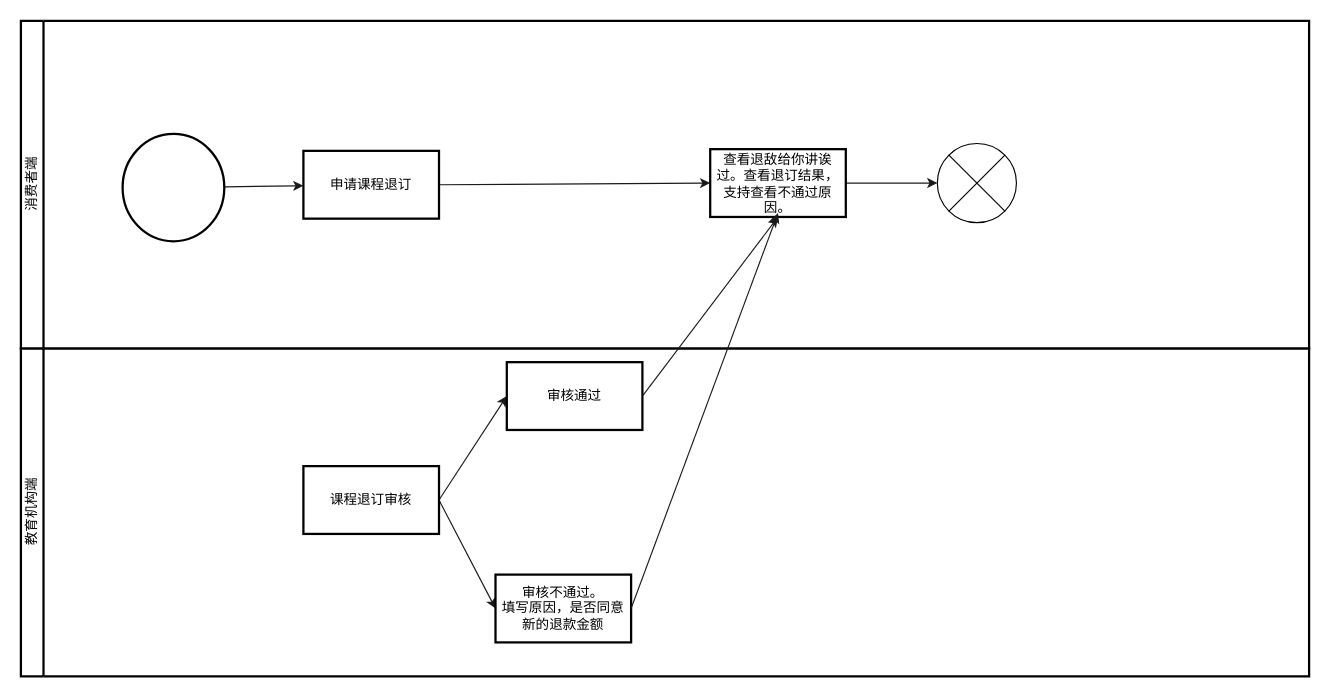
Above: page "课程退订" (3 of 4) of docs/资金监管平台流程图.drawio in cuitaocrazy/supervision (draw.io), before the change. Source tidied: cells renumbered, new cells numbered last; positions are measured from the earlier drawing's top-left corner, leaving out a move shared by most shapes. Both pictures are drawn from the tidied source at 113%, with x=0, y=0 at pixel (20, 20).
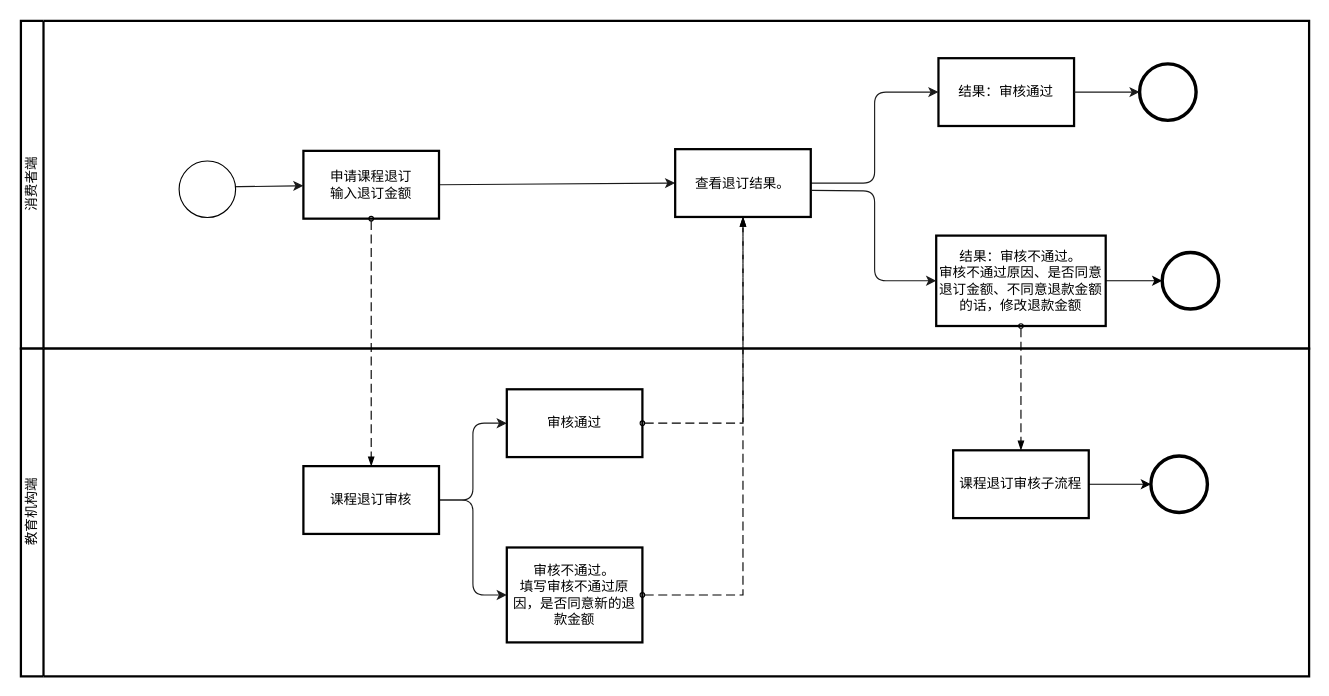
Above is the later version.

The change refers to these unchanged cells:
```xml
<mxCell id="2" value="消费者端" style="swimlane;html=1;startSize=20;fontStyle=0;horizontal=0;swimlaneLine=1;swimlaneFillColor=#ffffff;strokeWidth=2;" parent="1" vertex="1">
  <mxGeometry width="1140" height="290" as="geometry" />
</mxCell>
<mxCell id="10" value="教育机构端" style="swimlane;html=1;startSize=20;fontStyle=0;horizontal=0;swimlaneLine=1;swimlaneFillColor=#ffffff;strokeWidth=2;" parent="1" vertex="1">
  <mxGeometry y="290" width="1140" height="290" as="geometry" />
</mxCell>
<mxCell id="13" value="课程退订审核" style="whiteSpace=wrap;html=1;strokeWidth=2;" parent="10" vertex="1">
  <mxGeometry x="250" y="104" width="120" height="60" as="geometry" />
</mxCell>
```

Diff of the diagram source:
```diff
@@
-    <mxCell id="3" style="edgeStyle=none;html=1;strokeColor=#1A1A1A;" parent="2" edge="1" source="4" target="6">
-      <mxGeometry relative="1" as="geometry" />
+    <mxCell id="3" style="edgeStyle=none;html=1;strokeColor=#1A1A1A;" parent="2" edge="1" target="6">
+      <mxGeometry relative="1" as="geometry">
+        <mxPoint x="180" y="146.9" as="sourcePoint" />
+      </mxGeometry>
     </mxCell>
-    <mxCell id="4" style="strokeWidth=2;html=1;shape=mxgraph.flowchart.start_2;whiteSpace=wrap;" parent="2" vertex="1">
-      <mxGeometry x="90" y="100" width="90" height="95" as="geometry" />
-    </mxCell>
@@
-    <mxCell id="6" value="申请课程退订" style="whiteSpace=wrap;html=1;strokeWidth=2;" parent="2" vertex="1">
+    <mxCell id="6" value="申请课程退订&lt;br&gt;输入退订金额" style="whiteSpace=wrap;html=1;strokeWidth=2;" parent="2" vertex="1">
       <mxGeometry x="250" y="115" width="120" height="60" as="geometry" />
     </mxCell>
-    <mxCell id="7" style="edgeStyle=none;html=1;exitX=1;exitY=0.5;exitDx=0;exitDy=0;entryX=0;entryY=0.5;entryDx=0;entryDy=0;entryPerimeter=0;strokeColor=#1A1A1A;" parent="2" edge="1" source="8" target="9">
+    <mxCell id="7" style="edgeStyle=orthogonalEdgeStyle;html=1;exitX=1;exitY=0.5;exitDx=0;exitDy=0;entryX=0;entryY=0.5;entryDx=0;entryDy=0;strokeColor=#1A1A1A;" parent="2" edge="1" source="8" target="19">
       <mxGeometry relative="1" as="geometry" />
     </mxCell>
-    <mxCell id="8" value="查看退敌给你讲诶过。查看退订结果，支持查看不通过原因。" style="whiteSpace=wrap;html=1;strokeWidth=2;" parent="2" vertex="1">
-      <mxGeometry x="610" y="113.5" width="120" height="60" as="geometry" />
+    <mxCell id="8" value="查看退订结果。&lt;br&gt;" style="whiteSpace=wrap;html=1;strokeWidth=2;" parent="2" vertex="1">
+      <mxGeometry x="579" y="113.5" width="120" height="60" as="geometry" />
     </mxCell>
-    <mxCell id="9" style="verticalLabelPosition=bottom;verticalAlign=top;html=1;shape=mxgraph.flowchart.or;" parent="2" vertex="1">
-      <mxGeometry x="811" y="108.5" width="70" height="70" as="geometry" />
-    </mxCell>
+    <mxCell id="18" style="shape=mxgraph.bpmn.event;html=1;verticalLabelPosition=bottom;labelBackgroundColor=#ffffff;verticalAlign=top;align=center;perimeter=ellipsePerimeter;outline=standard;symbol=general;" parent="2" vertex="1">
+      <mxGeometry x="140" y="124" width="50" height="50" as="geometry" />
+    </mxCell>
+    <mxCell id="19" value="结果：审核通过" style="whiteSpace=wrap;html=1;strokeWidth=2;" parent="2" vertex="1">
+      <mxGeometry x="812" y="33" width="120" height="60" as="geometry" />
+    </mxCell>
+    <mxCell id="20" style="edgeStyle=orthogonalEdgeStyle;rounded=0;jettySize=auto;html=1;" parent="2" edge="1" source="21" target="24">
+      <mxGeometry relative="1" as="geometry" />
+    </mxCell>
+    <mxCell id="21" value="结果：审核不通过。&lt;br&gt;审核不通过原因、是否同意退订金额、不同意退款金额的话，修改退款金额" style="whiteSpace=wrap;html=1;strokeWidth=2;" parent="2" vertex="1">
+      <mxGeometry x="810" y="190" width="150" height="80" as="geometry" />
+    </mxCell>
+    <mxCell id="22" style="points=[[0.145,0.145,0],[0.5,0,0],[0.855,0.145,0],[1,0.5,0],[0.855,0.855,0],[0.5,1,0],[0.145,0.855,0],[0,0.5,0]];shape=mxgraph.bpmn.event;html=1;verticalLabelPosition=bottom;labelBackgroundColor=#ffffff;verticalAlign=top;align=center;perimeter=ellipsePerimeter;outlineConnect=0;outline=end;symbol=terminate2;" parent="2" vertex="1">
+      <mxGeometry x="990" y="38" width="50" height="50" as="geometry" />
+    </mxCell>
+    <mxCell id="23" style="edgeStyle=none;html=1;strokeColor=#1A1A1A;exitX=1;exitY=0.5;exitDx=0;exitDy=0;entryX=0;entryY=0.5;entryDx=0;entryDy=0;entryPerimeter=0;" parent="2" edge="1" source="19" target="22">
+      <mxGeometry relative="1" as="geometry" />
+    </mxCell>
+    <mxCell id="24" style="points=[[0.145,0.145,0],[0.5,0,0],[0.855,0.145,0],[1,0.5,0],[0.855,0.855,0],[0.5,1,0],[0.145,0.855,0],[0,0.5,0]];shape=mxgraph.bpmn.event;html=1;verticalLabelPosition=bottom;labelBackgroundColor=#ffffff;verticalAlign=top;align=center;perimeter=ellipsePerimeter;outlineConnect=0;outline=end;symbol=terminate2;" parent="2" vertex="1">
+      <mxGeometry x="1010" y="205" width="50" height="50" as="geometry" />
+    </mxCell>
@@
-    <mxCell id="11" style="edgeStyle=none;html=1;exitX=1;exitY=0.5;exitDx=0;exitDy=0;entryX=0;entryY=0.5;entryDx=0;entryDy=0;strokeColor=#1A1A1A;" parent="10" edge="1" source="13" target="14">
+    <mxCell id="11" style="edgeStyle=orthogonalEdgeStyle;html=1;exitX=1;exitY=0.5;exitDx=0;exitDy=0;entryX=0;entryY=0.5;entryDx=0;entryDy=0;strokeColor=#1A1A1A;" parent="10" edge="1" source="13" target="14">
       <mxGeometry relative="1" as="geometry" />
     </mxCell>
-    <mxCell id="12" style="edgeStyle=none;html=1;exitX=1;exitY=0.5;exitDx=0;exitDy=0;entryX=0;entryY=0.5;entryDx=0;entryDy=0;strokeColor=#1A1A1A;" parent="10" edge="1" source="13" target="15">
+    <mxCell id="12" style="edgeStyle=orthogonalEdgeStyle;html=1;exitX=1;exitY=0.5;exitDx=0;exitDy=0;entryX=0;entryY=0.5;entryDx=0;entryDy=0;strokeColor=#1A1A1A;" parent="10" edge="1" source="13" target="15">
       <mxGeometry relative="1" as="geometry" />
     </mxCell>
@@
     <mxCell id="14" value="审核通过" style="whiteSpace=wrap;html=1;strokeWidth=2;" parent="10" vertex="1">
-      <mxGeometry x="430" y="12" width="120" height="60" as="geometry" />
+      <mxGeometry x="430" y="36" width="120" height="60" as="geometry" />
     </mxCell>
-    <mxCell id="15" value="审核不通过。&lt;br&gt;填写原因，是否同意新的退款金额" style="whiteSpace=wrap;html=1;strokeWidth=2;" parent="10" vertex="1">
-      <mxGeometry x="420" y="200" width="120" height="60" as="geometry" />
+    <mxCell id="15" value="审核不通过。&lt;br&gt;填写审核不通过原因，是否同意新的退款金额" style="whiteSpace=wrap;html=1;strokeWidth=2;" parent="10" vertex="1">
+      <mxGeometry x="430" y="176" width="120" height="84" as="geometry" />
     </mxCell>
-    <mxCell id="16" style="edgeStyle=none;html=1;strokeColor=#1A1A1A;entryX=0.5;entryY=1;entryDx=0;entryDy=0;" parent="1" edge="1" target="8">
-      <mxGeometry relative="1" as="geometry">
-        <mxPoint x="550" y="332" as="sourcePoint" />
-      </mxGeometry>
-    </mxCell>
-    <mxCell id="17" style="edgeStyle=none;html=1;exitX=1;exitY=0.5;exitDx=0;exitDy=0;strokeColor=#1A1A1A;" parent="1" edge="1" source="15">
-      <mxGeometry relative="1" as="geometry">
-        <mxPoint x="670" y="170" as="targetPoint" />
-      </mxGeometry>
-    </mxCell>
+    <mxCell id="25" style="edgeStyle=orthogonalEdgeStyle;rounded=0;jettySize=auto;html=1;" parent="10" edge="1" source="26" target="27">
+      <mxGeometry relative="1" as="geometry" />
+    </mxCell>
+    <mxCell id="26" value="课程退订审核子流程" style="whiteSpace=wrap;html=1;strokeWidth=2;" parent="10" vertex="1">
+      <mxGeometry x="825" y="90" width="120" height="60" as="geometry" />
+    </mxCell>
+    <mxCell id="27" style="points=[[0.145,0.145,0],[0.5,0,0],[0.855,0.145,0],[1,0.5,0],[0.855,0.855,0],[0.5,1,0],[0.145,0.855,0],[0,0.5,0]];shape=mxgraph.bpmn.event;html=1;verticalLabelPosition=bottom;labelBackgroundColor=#ffffff;verticalAlign=top;align=center;perimeter=ellipsePerimeter;outlineConnect=0;outline=end;symbol=terminate2;" parent="10" vertex="1">
+      <mxGeometry x="1000" y="95" width="50" height="50" as="geometry" />
+    </mxCell>
+    <mxCell id="28" style="dashed=1;dashPattern=8 4;endArrow=blockThin;endFill=1;startArrow=oval;startFill=0;endSize=6;startSize=4;rounded=0;exitX=1;exitY=0.5;exitDx=0;exitDy=0;entryX=0.5;entryY=1;entryDx=0;entryDy=0;edgeStyle=orthogonalEdgeStyle;" parent="1" edge="1" source="15" target="8">
+      <mxGeometry relative="1" as="geometry" />
+    </mxCell>
+    <mxCell id="29" style="dashed=1;dashPattern=8 4;endArrow=blockThin;endFill=1;startArrow=oval;startFill=0;endSize=6;startSize=4;rounded=0;entryX=0.5;entryY=1;entryDx=0;entryDy=0;edgeStyle=orthogonalEdgeStyle;exitX=1;exitY=0.5;exitDx=0;exitDy=0;" parent="1" edge="1" source="14" target="8">
+      <mxGeometry relative="1" as="geometry" />
+    </mxCell>
+    <mxCell id="30" style="dashed=1;dashPattern=8 4;endArrow=blockThin;endFill=1;startArrow=oval;startFill=0;endSize=6;startSize=4;rounded=0;exitX=0.5;exitY=1;exitDx=0;exitDy=0;" parent="1" edge="1" source="6" target="13">
+      <mxGeometry relative="1" as="geometry" />
+    </mxCell>
+    <mxCell id="31" style="edgeStyle=orthogonalEdgeStyle;html=1;entryX=0;entryY=0.5;entryDx=0;entryDy=0;strokeColor=#1A1A1A;" parent="1" edge="1" target="21">
+      <mxGeometry relative="1" as="geometry">
+        <mxPoint x="700" y="150" as="sourcePoint" />
+      </mxGeometry>
+    </mxCell>
+    <mxCell id="32" style="dashed=1;dashPattern=8 4;endArrow=blockThin;endFill=1;startArrow=oval;startFill=0;endSize=6;startSize=4;rounded=0;exitX=0.5;exitY=1;exitDx=0;exitDy=0;entryX=0.5;entryY=0;entryDx=0;entryDy=0;" parent="1" edge="1" source="21" target="26">
+      <mxGeometry relative="1" as="geometry" />
+    </mxCell>
```
